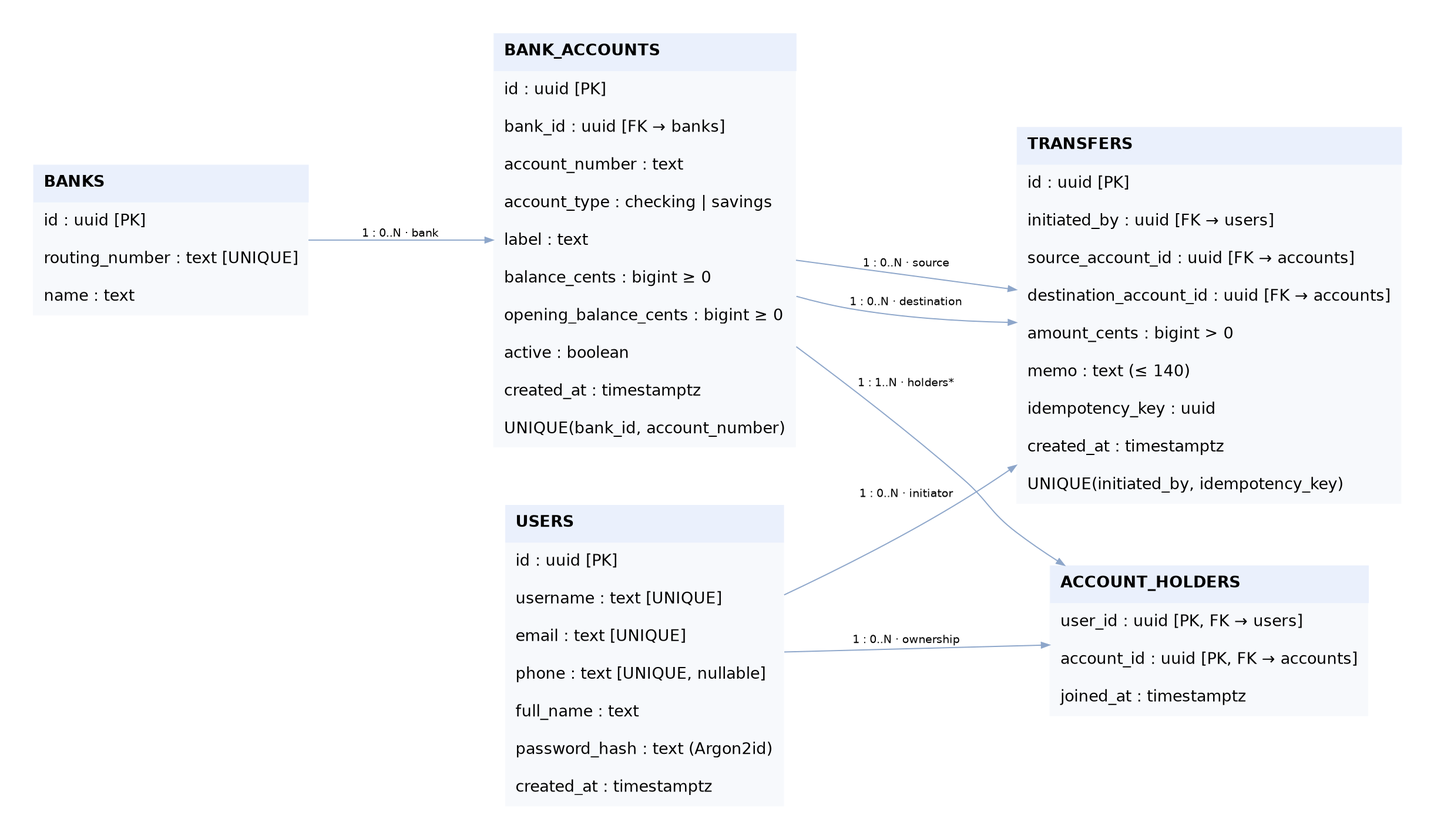
Earlier version of the Graphviz export docs/er-diagram.png (venkatasai-kadamati/adb_paylink). Its source is kept beside it as docs/er-diagram.dot.
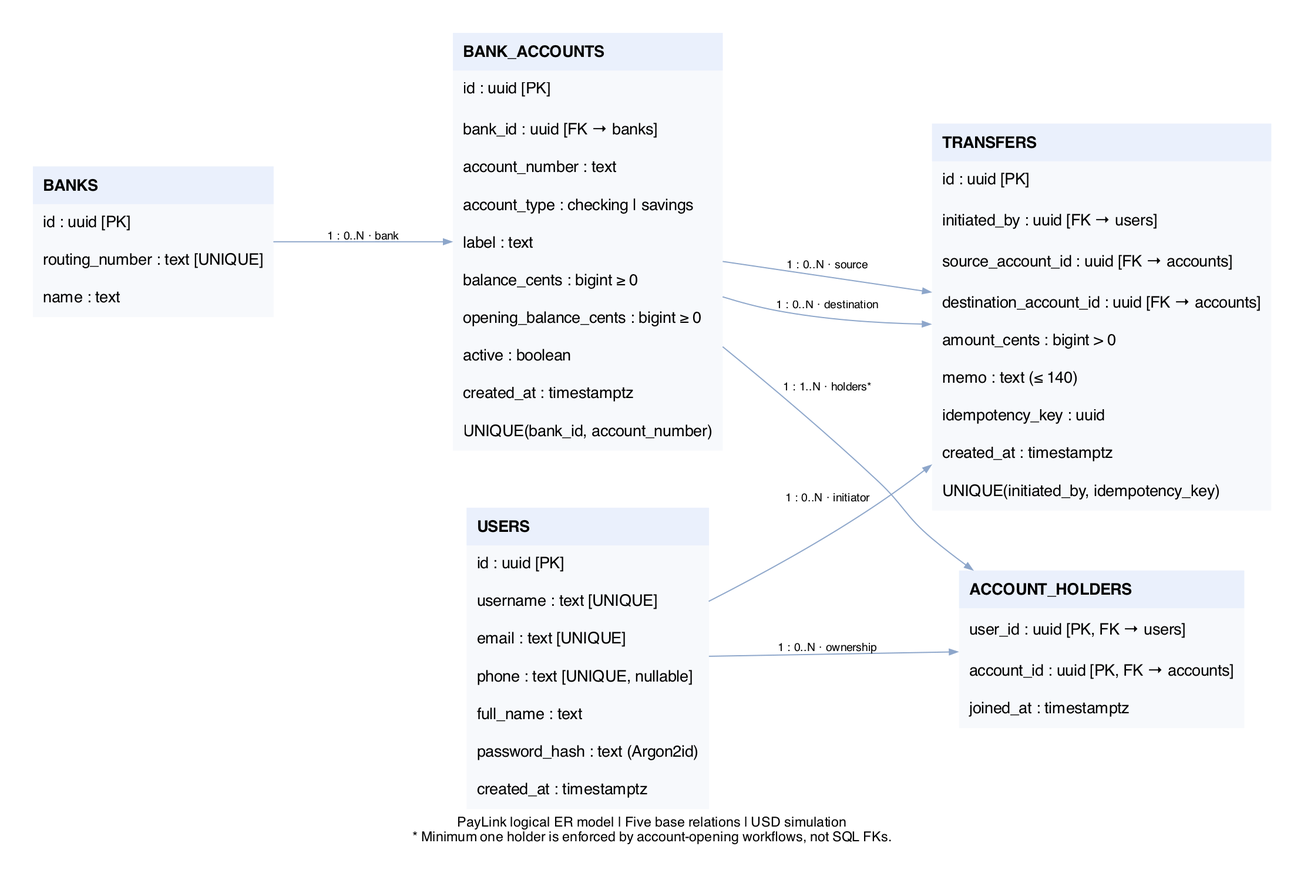
Above is the later version.

What changed in the source:
```diff
@@ -1,5 +1,6 @@
 digraph PayLink {
 graph [rankdir=LR, bgcolor="#FFFFFF", pad="0.4", nodesep="0.7", ranksep="1.3", fontname="Helvetica"];
+label="PayLink logical ER model | Five base relations | USD simulation\n* Minimum one holder is enforced by account-opening workflows, not SQL FKs."; labelloc=b; fontsize=12;
 node [shape=plain,fontname="Helvetica"];
 edge [color="#8DA6CA",fontname="Helvetica",fontsize=10,arrowsize=.7];
 users [label=<<TABLE BORDER="0" CELLBORDER="0" CELLSPACING="0" CELLPADDING="9" BGCOLOR="#F7F9FC"><TR><TD ALIGN="LEFT" BGCOLOR="#EAF0FC"><B>USERS</B></TD></TR><TR><TD ALIGN="LEFT">id : uuid [PK]</TD></TR><TR><TD ALIGN="LEFT">username : text [UNIQUE]</TD></TR><TR><TD ALIGN="LEFT">email : text [UNIQUE]</TD></TR><TR><TD ALIGN="LEFT">phone : text [UNIQUE, nullable]</TD></TR><TR><TD ALIGN="LEFT">full_name : text</TD></TR><TR><TD ALIGN="LEFT">password_hash : text (Argon2id)</TD></TR><TR><TD ALIGN="LEFT">created_at : timestamptz</TD></TR></TABLE>>];
```
